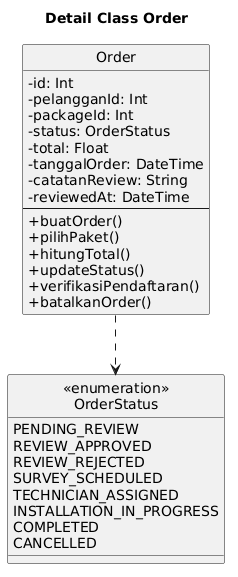
This is docs/plantuml/detail-classes/detail-class-order.png from janbu12/nemafi-be, a PlantUML export, as it was before one commit. Its diagram source:
```plantuml
@startuml
title Detail Class Order

skinparam classAttributeIconSize 0
hide circle

class Order {
  - id: Int
  - pelangganId: Int
  - packageId: Int
  - status: OrderStatus
  - total: Float
  - tanggalOrder: DateTime
  - catatanReview: String
  - reviewedAt: DateTime
  --
  + buatOrder()
  + pilihPaket()
  + hitungTotal()
  + updateStatus()
  + verifikasiPendaftaran()
  + batalkanOrder()
}

class "«enumeration»\nOrderStatus" as OrderStatus {
  PENDING_REVIEW
  REVIEW_APPROVED
  REVIEW_REJECTED
  SURVEY_SCHEDULED
  TECHNICIAN_ASSIGNED
  INSTALLATION_IN_PROGRESS
  COMPLETED
  CANCELLED
}

Order ..> OrderStatus
@enduml
```
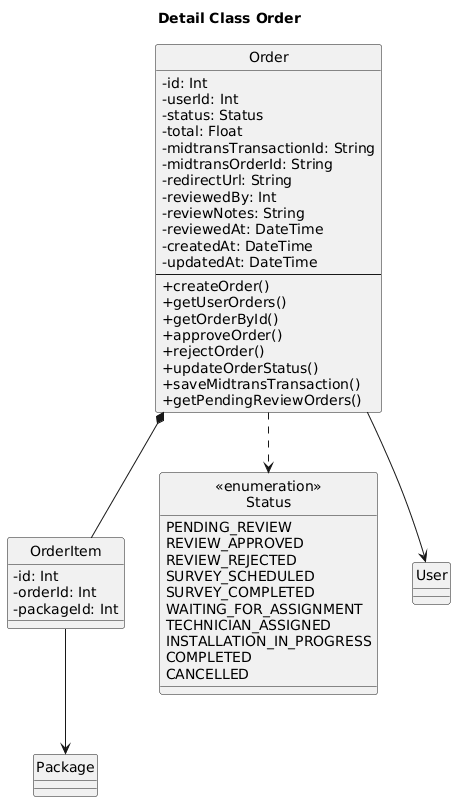
Later version of the same file.

The edit, as a diff of the source:
```diff
@@ -2,36 +2,55 @@
 title Detail Class Order
 
 skinparam classAttributeIconSize 0
+skinparam shadowing false
+skinparam defaultFontName "Times New Roman"
 hide circle
 
 class Order {
   - id: Int
-  - pelangganId: Int
-  - packageId: Int
-  - status: OrderStatus
+  - userId: Int
+  - status: Status
   - total: Float
-  - tanggalOrder: DateTime
-  - catatanReview: String
+  - midtransTransactionId: String
+  - midtransOrderId: String
+  - redirectUrl: String
+  - reviewedBy: Int
+  - reviewNotes: String
   - reviewedAt: DateTime
+  - createdAt: DateTime
+  - updatedAt: DateTime
   --
-  + buatOrder()
-  + pilihPaket()
-  + hitungTotal()
-  + updateStatus()
-  + verifikasiPendaftaran()
-  + batalkanOrder()
+  + createOrder()
+  + getUserOrders()
+  + getOrderById()
+  + approveOrder()
+  + rejectOrder()
+  + updateOrderStatus()
+  + saveMidtransTransaction()
+  + getPendingReviewOrders()
 }
 
-class "«enumeration»\nOrderStatus" as OrderStatus {
+class OrderItem {
+  - id: Int
+  - orderId: Int
+  - packageId: Int
+}
+
+class "«enumeration»\nStatus" as Status {
   PENDING_REVIEW
   REVIEW_APPROVED
   REVIEW_REJECTED
   SURVEY_SCHEDULED
+  SURVEY_COMPLETED
+  WAITING_FOR_ASSIGNMENT
   TECHNICIAN_ASSIGNED
   INSTALLATION_IN_PROGRESS
   COMPLETED
   CANCELLED
 }
 
-Order ..> OrderStatus
+Order ..> Status
+Order *-- OrderItem
+OrderItem --> Package
+Order --> User
 @enduml
```
